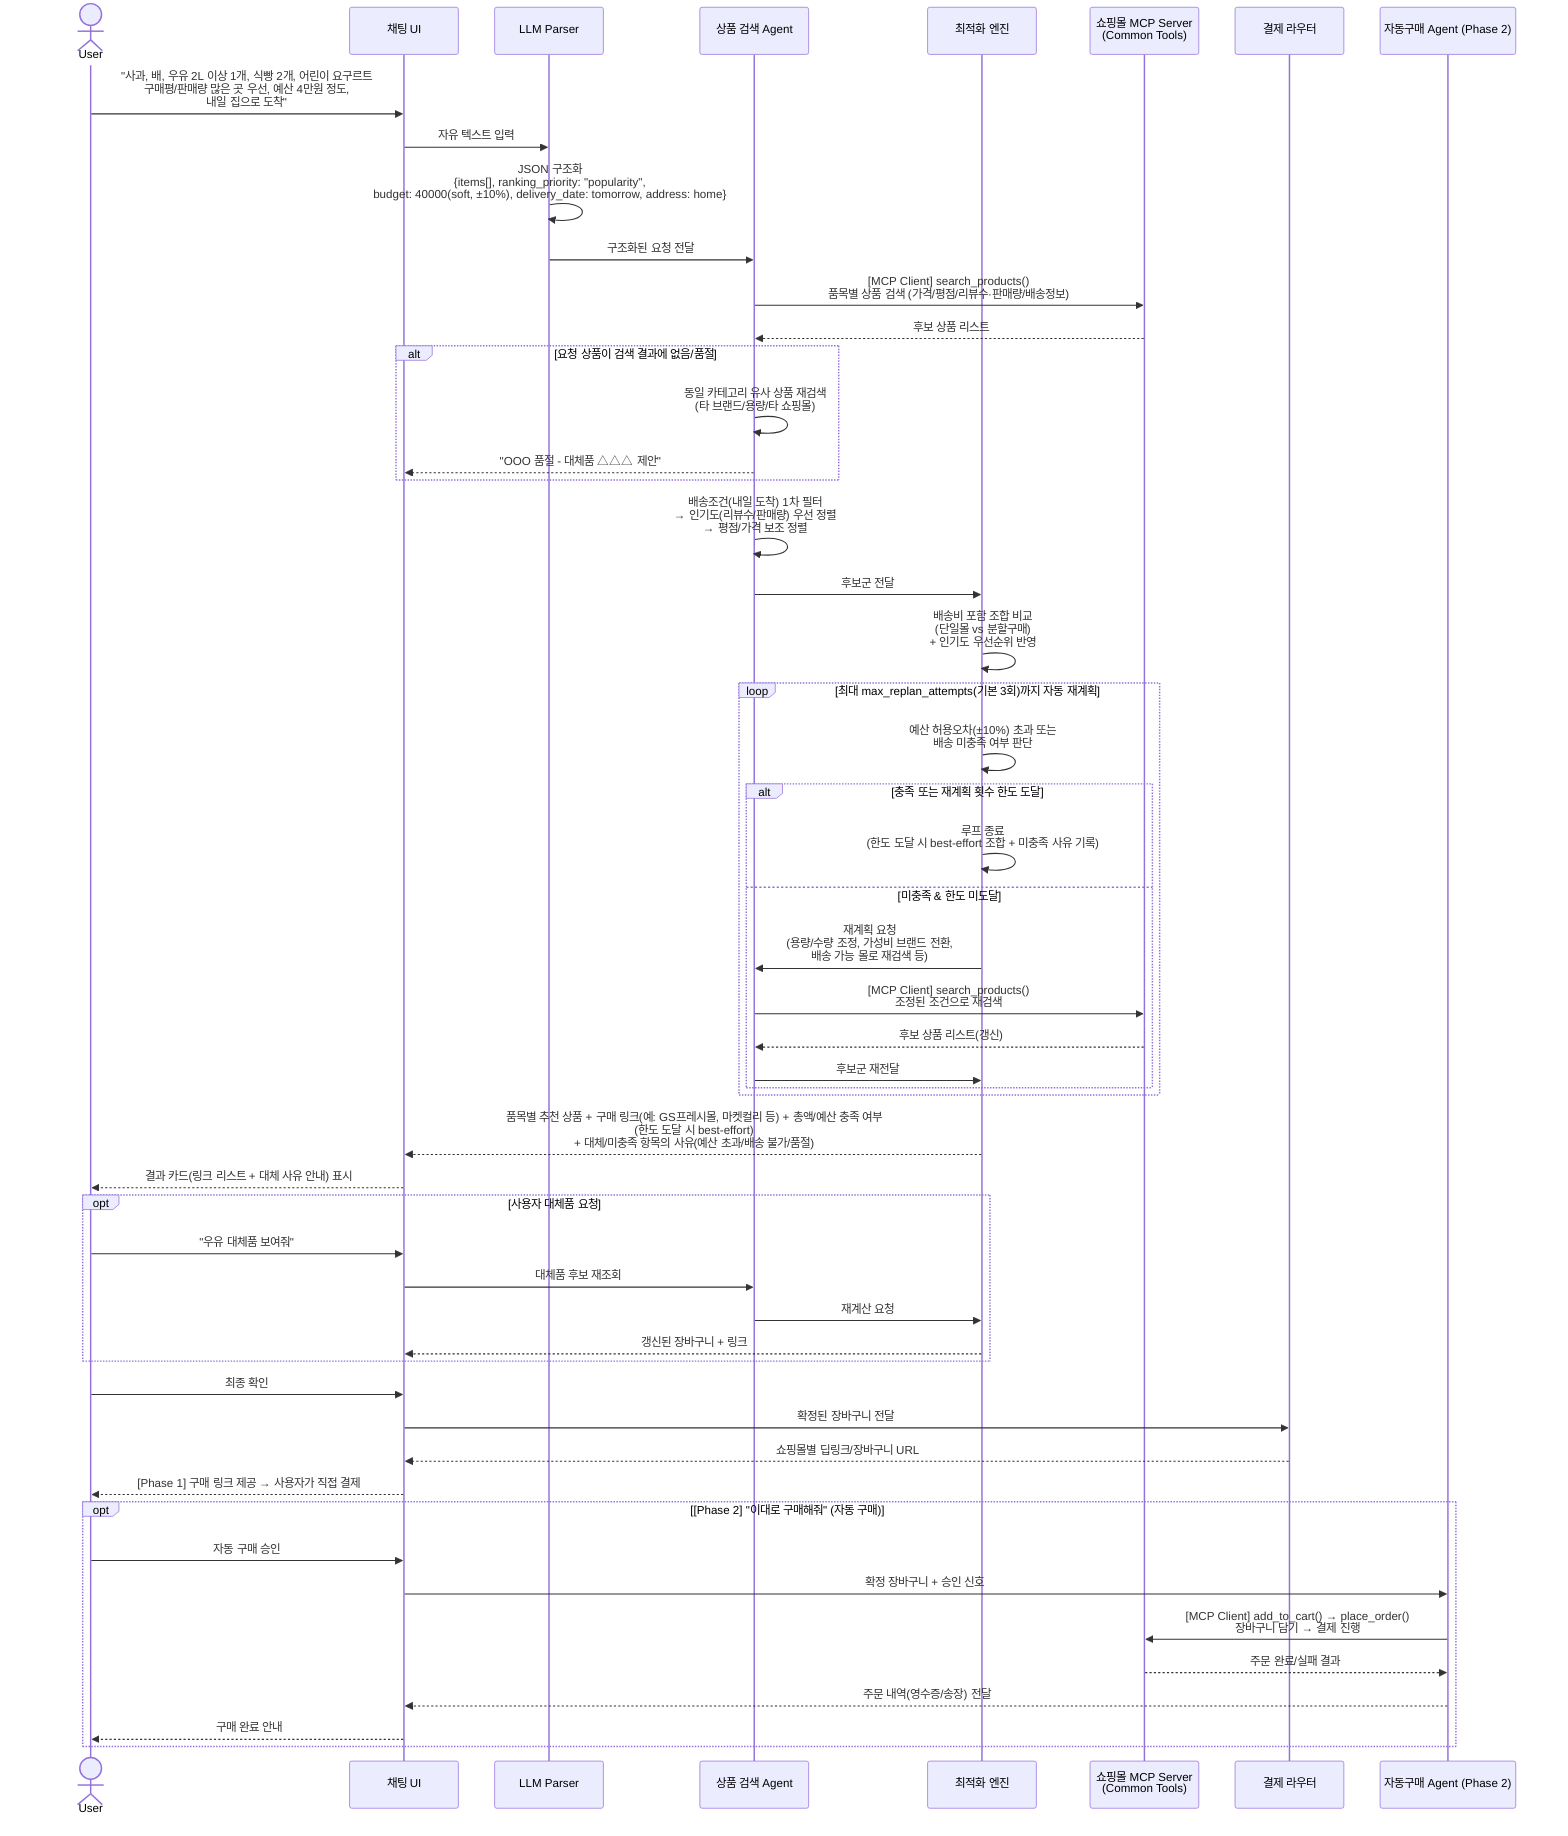
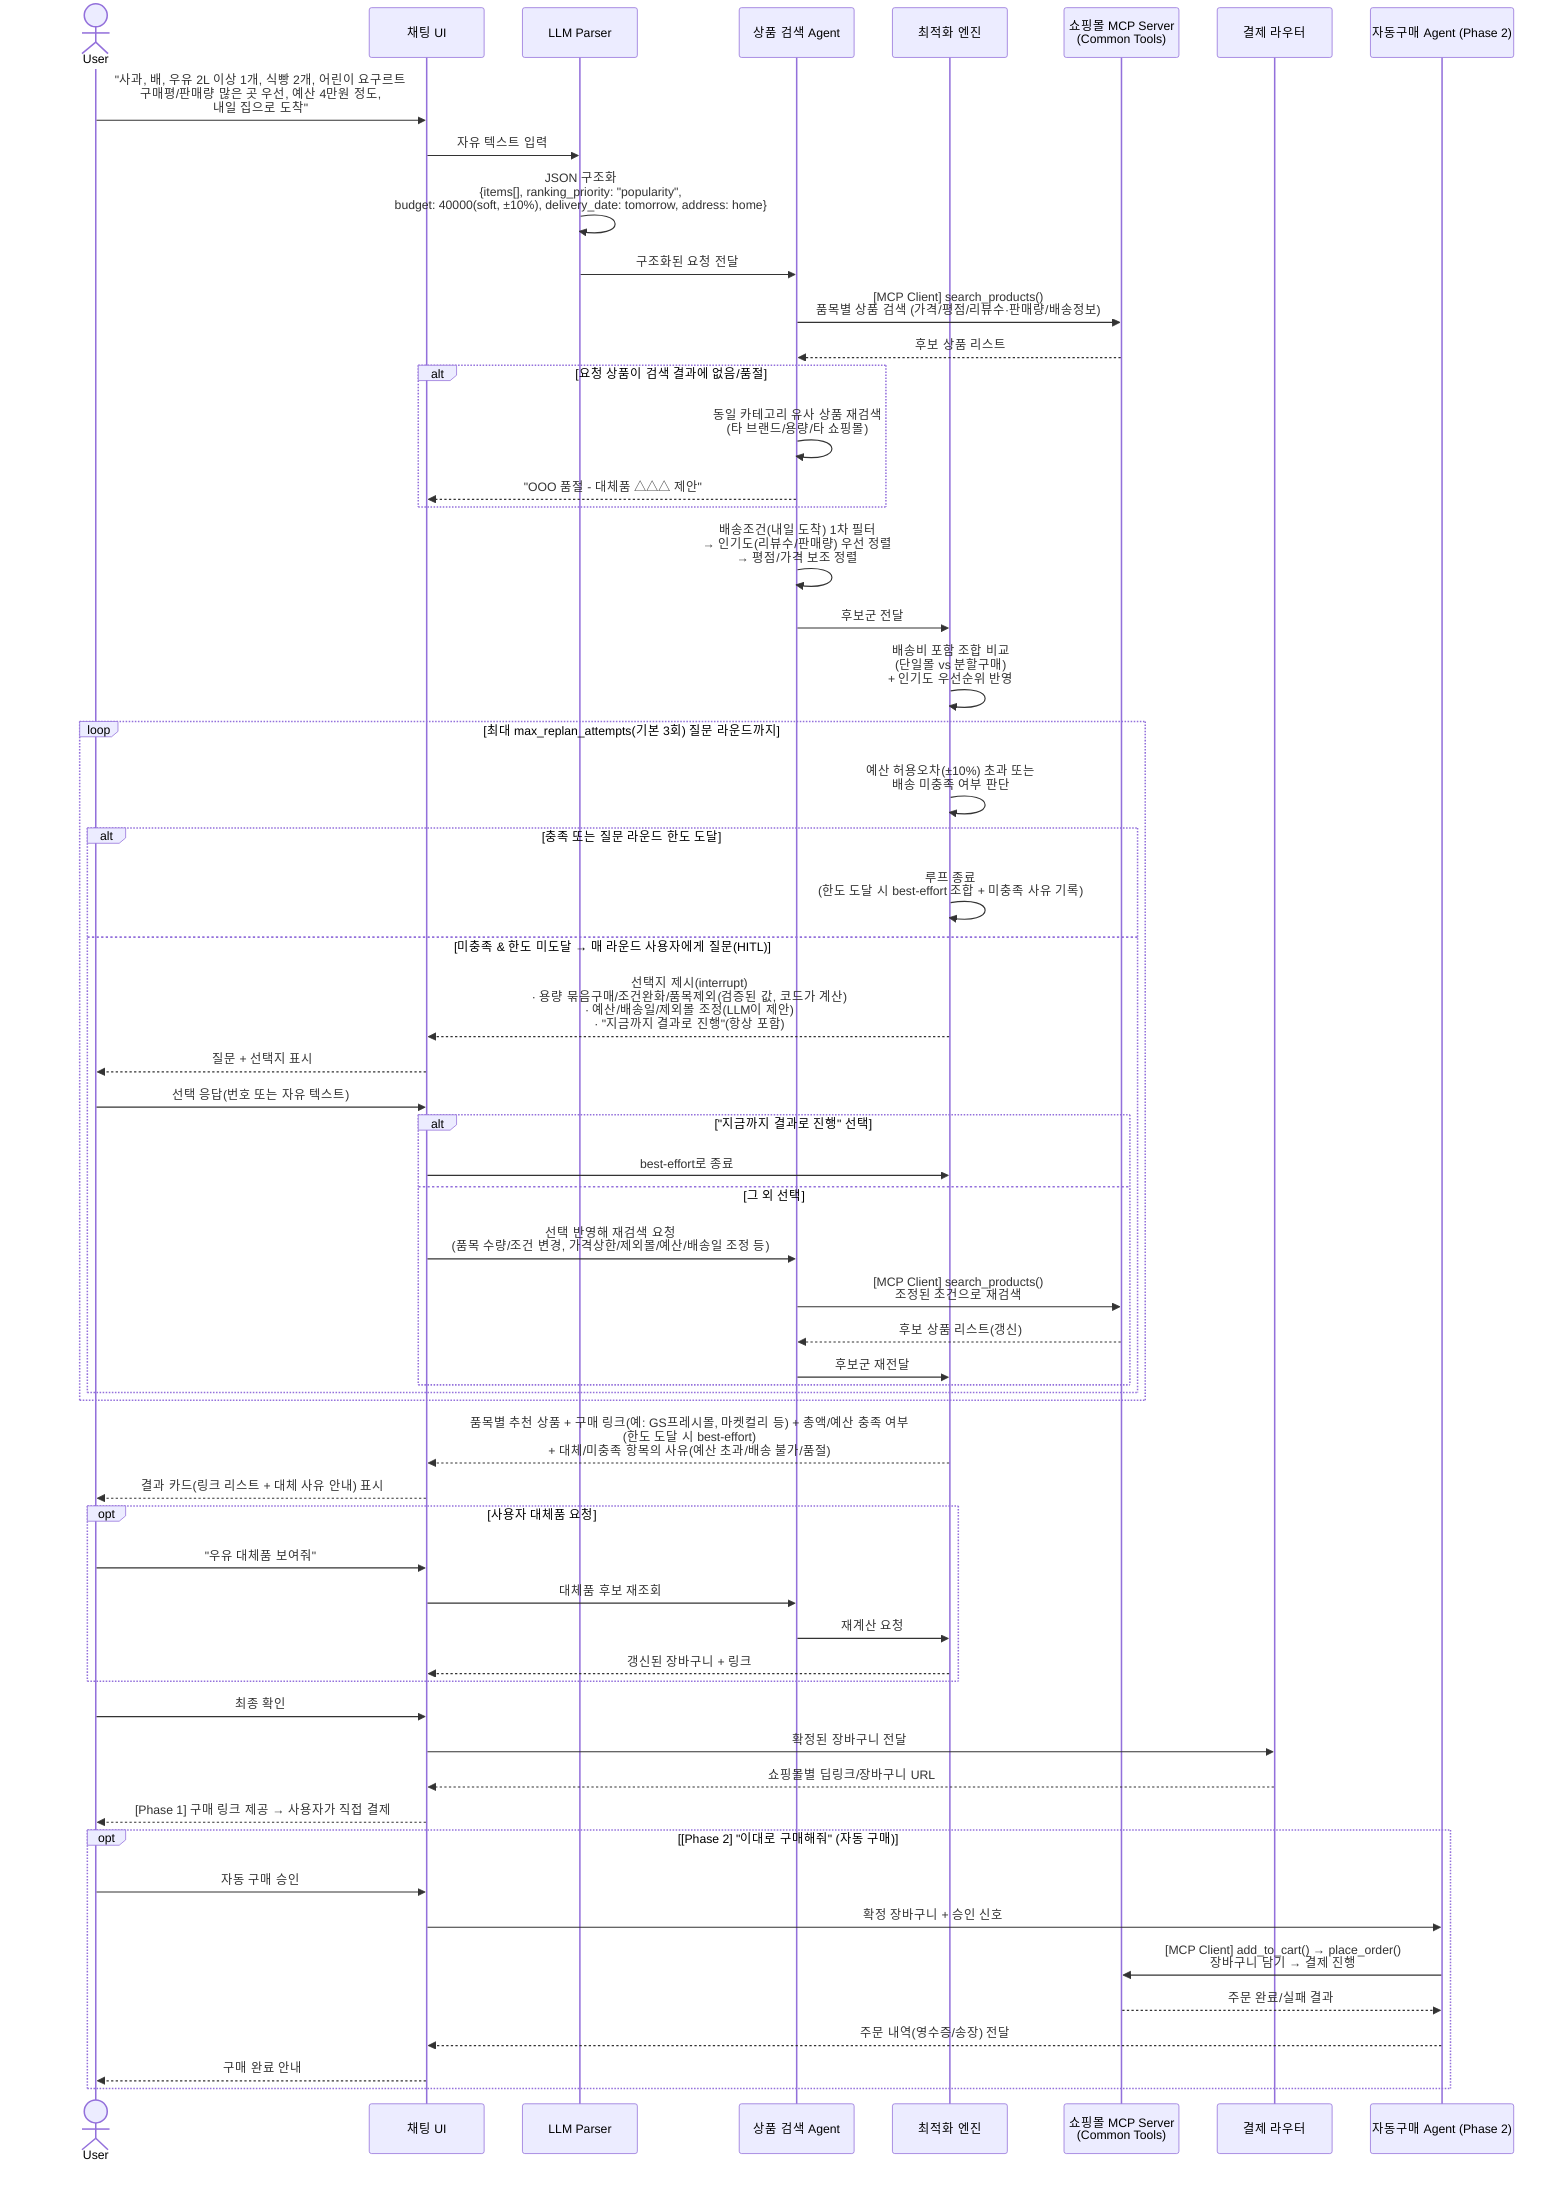
sequenceDiagram
    actor User
    participant UI as 채팅 UI
    participant Parser as LLM Parser
    participant Search as 상품 검색 Agent
    participant Optimizer as 최적화 엔진
    participant Mall as 쇼핑몰 MCP Server<br/>(Common Tools)
    participant Router as 결제 라우터
    participant Purchase as 자동구매 Agent (Phase 2)

    User->>UI: "사과, 배, 우유 2L 이상 1개, 식빵 2개, 어린이 요구르트<br/>구매평/판매량 많은 곳 우선, 예산 4만원 정도,<br/>내일 집으로 도착"
    UI->>Parser: 자유 텍스트 입력
    Parser->>Parser: JSON 구조화<br/>{items[], ranking_priority: "popularity",<br/>budget: 40000(soft, ±10%), delivery_date: tomorrow, address: home}
    Parser->>Search: 구조화된 요청 전달
    Search->>Mall: [MCP Client] search_products()<br/>품목별 상품 검색 (가격/평점/리뷰수·판매량/배송정보)
    Mall-->>Search: 후보 상품 리스트

    alt 요청 상품이 검색 결과에 없음/품절
        Search->>Search: 동일 카테고리 유사 상품 재검색<br/>(타 브랜드/용량/타 쇼핑몰)
        Search-->>UI: "OOO 품절 - 대체품 △△△ 제안"
    end

    Search->>Search: 배송조건(내일 도착) 1차 필터<br/>→ 인기도(리뷰수/판매량) 우선 정렬<br/>→ 평점/가격 보조 정렬
    Search->>Optimizer: 후보군 전달
    Optimizer->>Optimizer: 배송비 포함 조합 비교<br/>(단일몰 vs 분할구매)<br/>+ 인기도 우선순위 반영

-     loop 최대 max_replan_attempts(기본 3회)까지 자동 재계획
+     loop 최대 max_replan_attempts(기본 3회) 질문 라운드까지
        Optimizer->>Optimizer: 예산 허용오차(±10%) 초과 또는<br/>배송 미충족 여부 판단
-         alt 충족 또는 재계획 횟수 한도 도달
+         alt 충족 또는 질문 라운드 한도 도달
            Optimizer->>Optimizer: 루프 종료<br/>(한도 도달 시 best-effort 조합 + 미충족 사유 기록)
-         else 미충족 & 한도 미도달
-             Optimizer->>Search: 재계획 요청<br/>(용량/수량 조정, 가성비 브랜드 전환,<br/>배송 가능 몰로 재검색 등)
-             Search->>Mall: [MCP Client] search_products()<br/>조정된 조건으로 재검색
-             Mall-->>Search: 후보 상품 리스트(갱신)
-             Search->>Optimizer: 후보군 재전달
+         else 미충족 & 한도 미도달 → 매 라운드 사용자에게 질문(HITL)
+             Optimizer-->>UI: 선택지 제시(interrupt)<br/>· 용량 묶음구매/조건완화/품목제외(검증된 값, 코드가 계산)<br/>· 예산/배송일/제외몰 조정(LLM이 제안)<br/>· "지금까지 결과로 진행"(항상 포함)
+             UI-->>User: 질문 + 선택지 표시
+             User->>UI: 선택 응답(번호 또는 자유 텍스트)
+             alt "지금까지 결과로 진행" 선택
+                 UI->>Optimizer: best-effort로 종료
+             else 그 외 선택
+                 UI->>Search: 선택 반영해 재검색 요청<br/>(품목 수량/조건 변경, 가격상한/제외몰/예산/배송일 조정 등)
+                 Search->>Mall: [MCP Client] search_products()<br/>조정된 조건으로 재검색
+                 Mall-->>Search: 후보 상품 리스트(갱신)
+                 Search->>Optimizer: 후보군 재전달
+             end
        end
    end

    Optimizer-->>UI: 품목별 추천 상품 + 구매 링크(예: GS프레시몰, 마켓컬리 등) + 총액/예산 충족 여부<br/>(한도 도달 시 best-effort)<br/>+ 대체/미충족 항목의 사유(예산 초과/배송 불가/품절)
    UI-->>User: 결과 카드(링크 리스트 + 대체 사유 안내) 표시

    opt 사용자 대체품 요청
        User->>UI: "우유 대체품 보여줘"
        UI->>Search: 대체품 후보 재조회
        Search->>Optimizer: 재계산 요청
        Optimizer-->>UI: 갱신된 장바구니 + 링크
    end

    User->>UI: 최종 확인
    UI->>Router: 확정된 장바구니 전달
    Router-->>UI: 쇼핑몰별 딥링크/장바구니 URL
    UI-->>User: [Phase 1] 구매 링크 제공 → 사용자가 직접 결제

    opt [Phase 2] "이대로 구매해줘" (자동 구매)
        User->>UI: 자동 구매 승인
        UI->>Purchase: 확정 장바구니 + 승인 신호
        Purchase->>Mall: [MCP Client] add_to_cart() → place_order()<br/>장바구니 담기 → 결제 진행
        Mall-->>Purchase: 주문 완료/실패 결과
        Purchase-->>UI: 주문 내역(영수증/송장) 전달
        UI-->>User: 구매 완료 안내
    end
